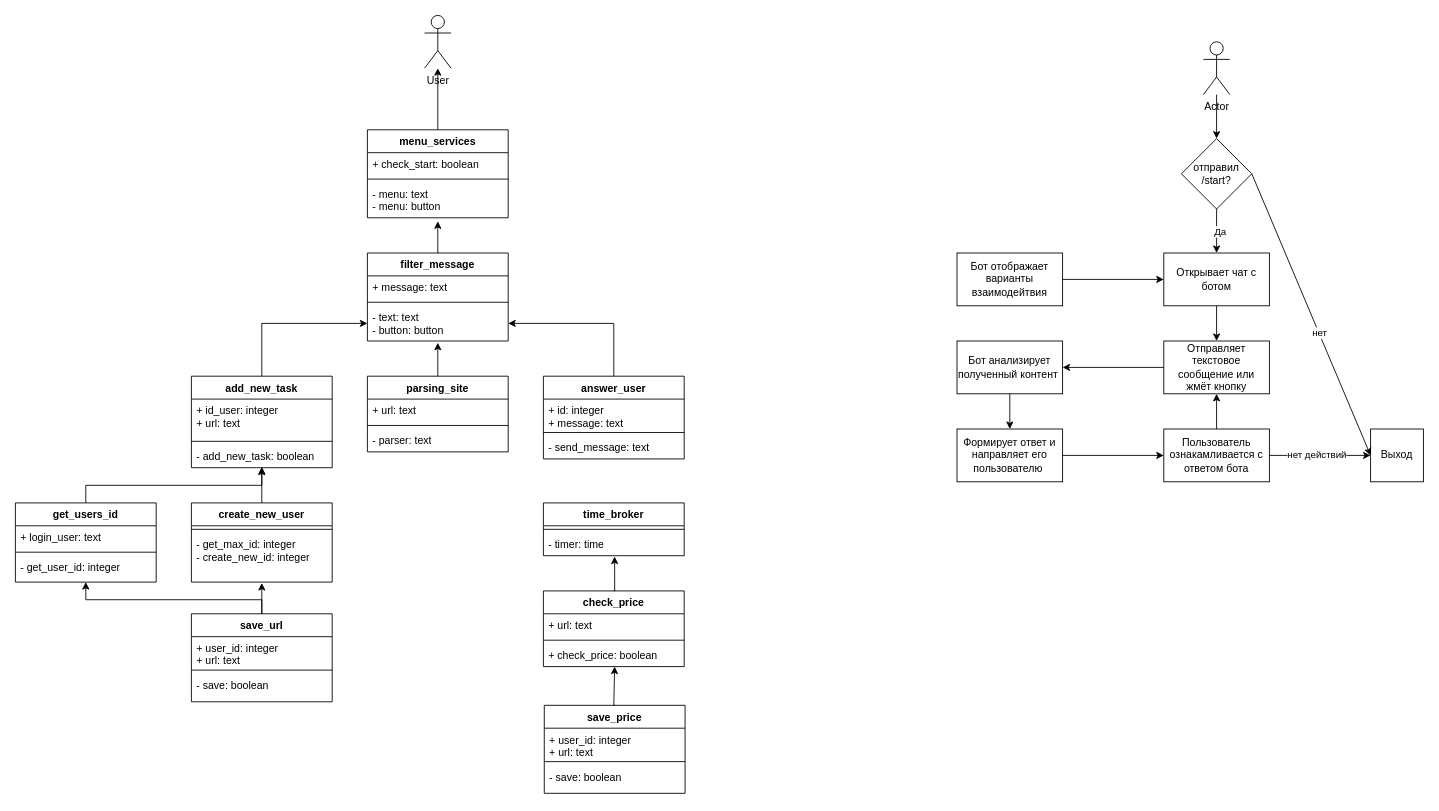
The draw.io diagram UML_Telegram_001.drawio in Arnoldig/Coursemc_final_work, before the edit. Source tidied: cells renumbered, new cells numbered last; positions are measured from the earlier drawing's top-left corner, leaving out a move shared by most shapes. Both pictures are drawn from the tidied source at 88%, with x=0, y=0 at pixel (15, 15).
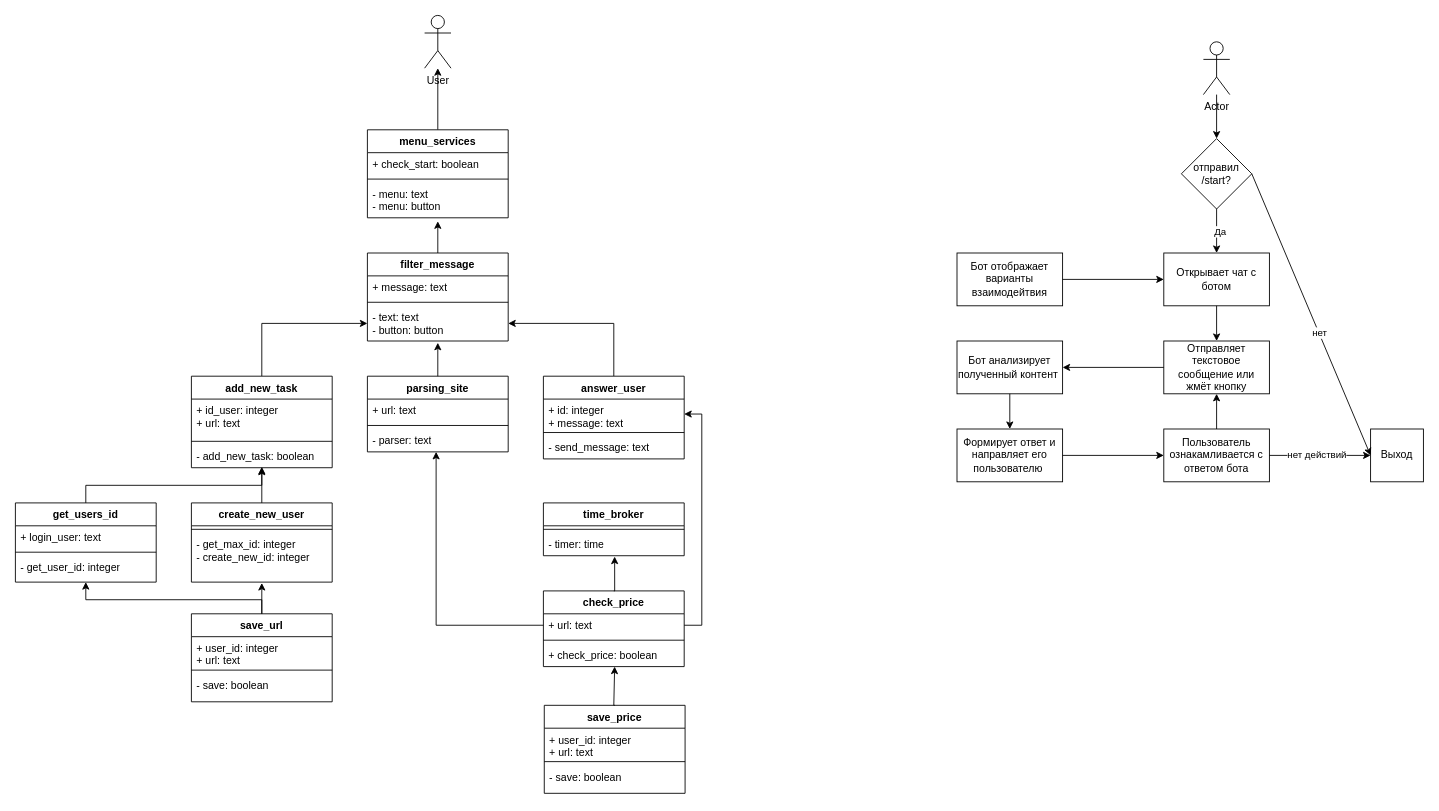
The same diagram, later.

Commit message:
Ещё добавил стрелок.drawio

Unchanged cells that the change refers to:
```xml
<mxCell id="37" value="- parser: text" style="text;strokeColor=none;fillColor=none;align=left;verticalAlign=top;spacingLeft=4;spacingRight=4;overflow=hidden;points=[[0,0.5],[1,0.5]];portConstraint=eastwest;whiteSpace=wrap;html=1;" parent="34" vertex="1">
  <mxGeometry y="60" width="160" height="26" as="geometry" />
</mxCell>
<mxCell id="50" value="+ url: text" style="text;strokeColor=none;fillColor=none;align=left;verticalAlign=top;spacingLeft=4;spacingRight=4;overflow=hidden;points=[[0,0.5],[1,0.5]];portConstraint=eastwest;whiteSpace=wrap;html=1;" parent="49" vertex="1">
  <mxGeometry y="26" width="160" height="26" as="geometry" />
</mxCell>
<mxCell id="55" value="+ id: integer&lt;br&gt;+&amp;nbsp;message: text" style="text;strokeColor=none;fillColor=none;align=left;verticalAlign=top;spacingLeft=4;spacingRight=4;overflow=hidden;points=[[0,0.5],[1,0.5]];portConstraint=eastwest;whiteSpace=wrap;html=1;" parent="54" vertex="1">
  <mxGeometry y="26" width="160" height="34" as="geometry" />
</mxCell>
```

Change to the diagram source:
```diff
@@
+    <mxCell id="78" style="edgeStyle=orthogonalEdgeStyle;rounded=0;jettySize=auto;html=1;entryX=1;entryY=0.5;entryDx=0;entryDy=0;exitX=1;exitY=0.5;exitDx=0;exitDy=0;" parent="1" edge="1" source="50" target="55">
+      <mxGeometry relative="1" as="geometry" />
+    </mxCell>
+    <mxCell id="79" style="edgeStyle=orthogonalEdgeStyle;rounded=0;jettySize=auto;html=1;exitX=0;exitY=0.5;exitDx=0;exitDy=0;entryX=0.488;entryY=1;entryDx=0;entryDy=0;entryPerimeter=0;" parent="1" edge="1" source="50" target="37">
+      <mxGeometry relative="1" as="geometry" />
+    </mxCell>
```
